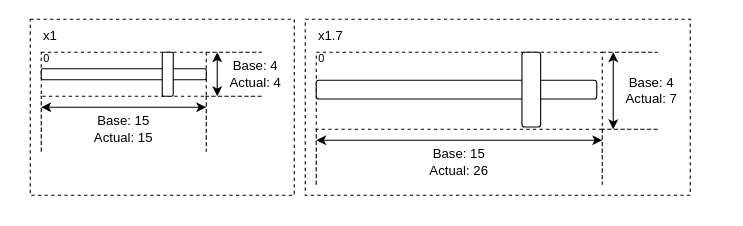
The draw.io diagram doc/ui/scalability.drawio in vitalii-samoilenko/voicemeeter-deskband, before the edit. Source tidied: cells renumbered, new cells numbered last; positions are measured from the earlier drawing's top-left corner, leaving out a move shared by most shapes. Both pictures are drawn from the tidied source at 110%, with x=0, y=0 at pixel (30, 19).
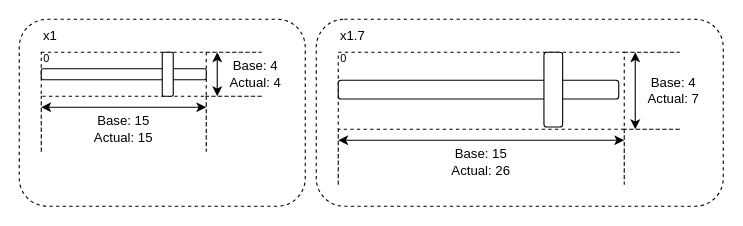
Above is the later version.

The edit, as a diff of the source:
```diff
@@
+    <mxCell id="26" style="rounded=1;whiteSpace=wrap;html=1;fillColor=none;dashed=1;" parent="1" vertex="1">
+      <mxGeometry x="260" width="370" height="170" as="geometry" />
+    </mxCell>
+    <mxCell id="27" style="rounded=1;whiteSpace=wrap;html=1;fillColor=none;dashed=1;" parent="1" vertex="1">
+      <mxGeometry x="-10" width="260" height="170" as="geometry" />
+    </mxCell>
     <mxCell id="2" style="rounded=0;whiteSpace=wrap;html=1;dashed=1;fillColor=none;" parent="1" vertex="1">
-      <mxGeometry x="260" y="30" width="260" height="70" as="geometry" />
+      <mxGeometry x="280" y="30" width="260" height="70" as="geometry" />
     </mxCell>
-    <mxCell id="3" style="rounded=0;whiteSpace=wrap;html=1;dashed=1;fillColor=none;" parent="1" vertex="1">
-      <mxGeometry width="240" height="160" as="geometry" />
-    </mxCell>
@@
-    <mxCell id="5" style="rounded=0;whiteSpace=wrap;html=1;dashed=1;fillColor=none;" parent="1" vertex="1">
-      <mxGeometry x="250" width="350" height="160" as="geometry" />
-    </mxCell>
@@
     <mxCell id="9" style="rounded=1;whiteSpace=wrap;html=1;" parent="1" vertex="1">
-      <mxGeometry x="260" y="55.5" width="255" height="17" as="geometry" />
+      <mxGeometry x="280" y="55.5" width="255" height="17" as="geometry" />
     </mxCell>
     <mxCell id="10" style="rounded=1;whiteSpace=wrap;html=1;" parent="1" vertex="1">
-      <mxGeometry x="447" y="30" width="17" height="68" as="geometry" />
+      <mxGeometry x="467" y="30" width="17" height="68" as="geometry" />
     </mxCell>
@@
     <mxCell id="17" value="x1.7" style="text;html=1;align=left;verticalAlign=middle;whiteSpace=wrap;rounded=0;" parent="1" vertex="1">
-      <mxGeometry x="260" width="220" height="30" as="geometry" />
+      <mxGeometry x="280" width="330" height="30" as="geometry" />
     </mxCell>
     <mxCell id="18" style="shape=partialRectangle;whiteSpace=wrap;html=1;top=0;bottom=0;fillColor=none;dashed=1;direction=south;" parent="1" vertex="1">
-      <mxGeometry x="520" y="30" width="50" height="70" as="geometry" />
+      <mxGeometry x="540" y="30" width="50" height="70" as="geometry" />
     </mxCell>
     <mxCell id="19" value="Base: 4&lt;div&gt;Actual: 7&lt;/div&gt;" style="text;html=1;align=center;verticalAlign=middle;whiteSpace=wrap;rounded=0;" parent="1" vertex="1">
-      <mxGeometry x="530" y="30" width="70" height="70" as="geometry" />
+      <mxGeometry x="550" y="30" width="70" height="70" as="geometry" />
     </mxCell>
     <mxCell id="20" style="endArrow=classic;startArrow=classic;html=1;rounded=0;" parent="1" edge="1">
       <mxGeometry relative="1" as="geometry">
-        <mxPoint x="530" y="100" as="sourcePoint" />
-        <mxPoint x="530" y="30" as="targetPoint" />
+        <mxPoint x="550" y="100" as="sourcePoint" />
+        <mxPoint x="550" y="30" as="targetPoint" />
       </mxGeometry>
     </mxCell>
     <mxCell id="21" style="shape=partialRectangle;whiteSpace=wrap;html=1;top=0;bottom=0;fillColor=none;dashed=1;" parent="1" vertex="1">
-      <mxGeometry x="260" y="100" width="260" height="50" as="geometry" />
+      <mxGeometry x="280" y="100" width="260" height="50" as="geometry" />
     </mxCell>
     <mxCell id="22" style="endArrow=classic;startArrow=classic;html=1;rounded=0;exitX=0;exitY=0.75;exitDx=0;exitDy=0;" parent="1" edge="1">
       <mxGeometry relative="1" as="geometry">
-        <mxPoint x="260" y="110" as="sourcePoint" />
-        <mxPoint x="520" y="110" as="targetPoint" />
+        <mxPoint x="280" y="110" as="sourcePoint" />
+        <mxPoint x="540" y="110" as="targetPoint" />
       </mxGeometry>
     </mxCell>
     <mxCell id="23" value="Base: 15&lt;div&gt;Actual: 26&lt;/div&gt;" style="text;html=1;align=center;verticalAlign=middle;whiteSpace=wrap;rounded=0;" parent="1" vertex="1">
-      <mxGeometry x="260" y="110" width="260" height="40" as="geometry" />
+      <mxGeometry x="280" y="110" width="260" height="40" as="geometry" />
     </mxCell>
@@
     <mxCell id="25" value="0" style="text;html=1;align=center;verticalAlign=middle;whiteSpace=wrap;rounded=0;fontSize=10;" parent="1" vertex="1">
-      <mxGeometry x="260" y="30" width="10" height="10" as="geometry" />
+      <mxGeometry x="280" y="30" width="10" height="10" as="geometry" />
     </mxCell>
```
